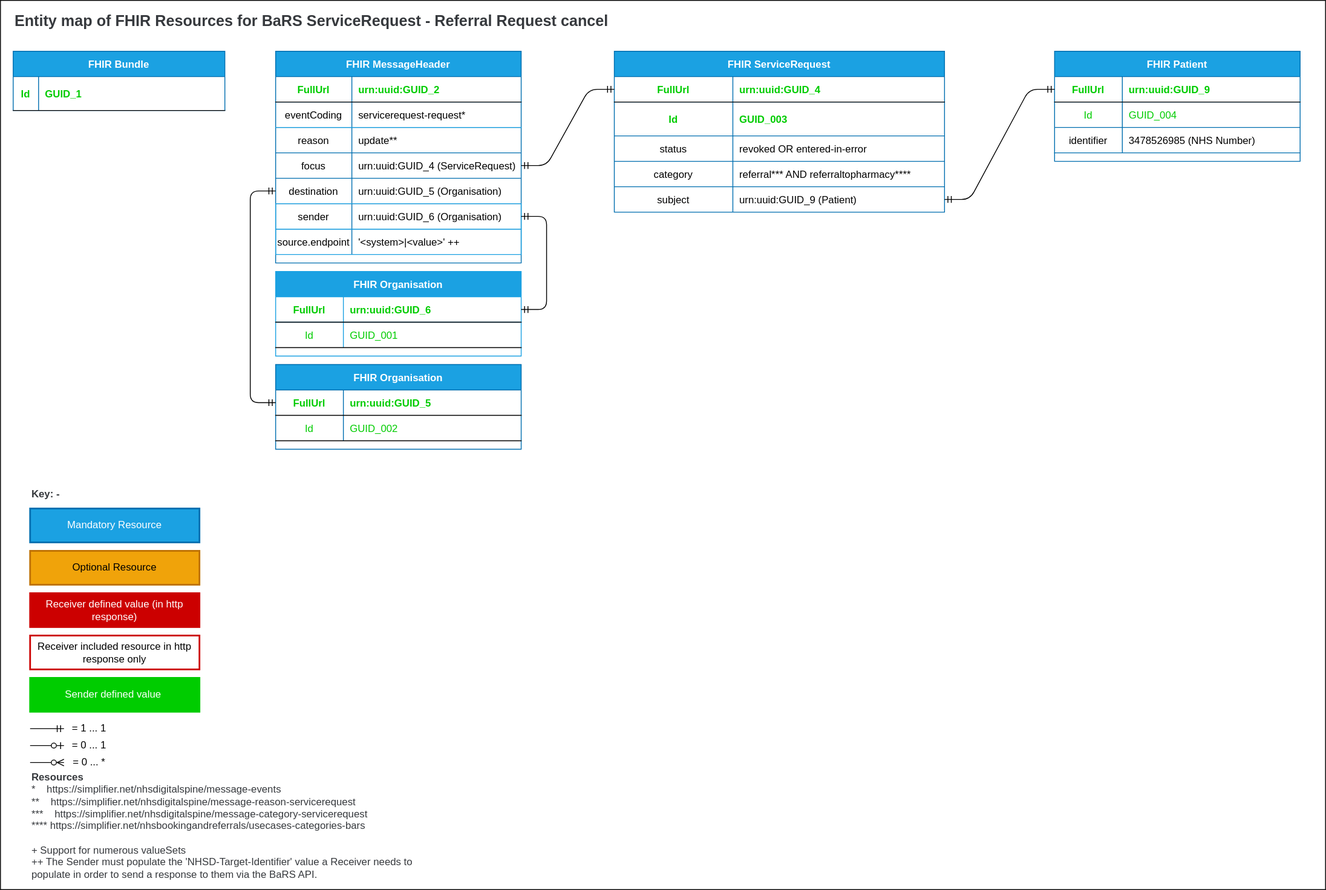
Earlier version of the draw.io export src/images/EntityMaps/EntityMap9sToCASCancellationRequest-1.0.0.svg (NHSDigital/booking-and-referral-media). Source tidied: cells renumbered, new cells last; positions are measured from the earlier drawing's top-left corner, leaving out a move shared by most shapes.
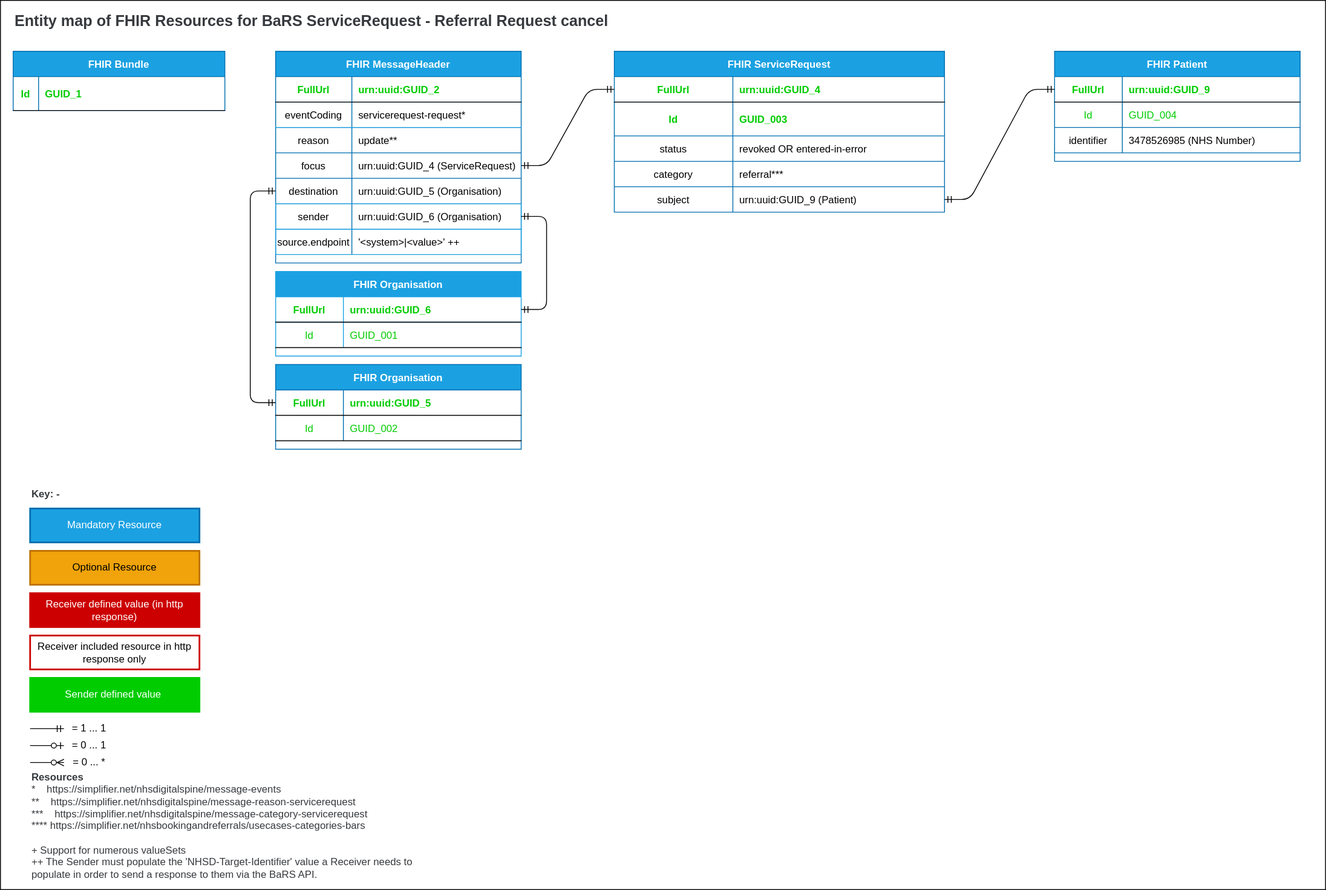
The same diagram one commit later.

What changed in the source:
```diff
@@ -161,7 +161,7 @@
     <mxCell id="54" value="category" style="shape=partialRectangle;overflow=hidden;fillColor=none;top=0;left=0;bottom=0;right=0;" parent="53" vertex="1">
       <mxGeometry width="140" height="30" as="geometry" />
     </mxCell>
-    <mxCell id="55" value="referral*** AND referraltopharmacy****" style="shape=partialRectangle;overflow=hidden;fillColor=none;top=0;left=0;bottom=0;right=0;align=left;spacingLeft=6;" parent="53" vertex="1">
+    <mxCell id="55" value="referral***" style="shape=partialRectangle;overflow=hidden;fillColor=none;top=0;left=0;bottom=0;right=0;align=left;spacingLeft=6;" parent="53" vertex="1">
       <mxGeometry x="140" width="250" height="30" as="geometry" />
     </mxCell>
     <mxCell id="56" style="shape=partialRectangle;fillColor=none;points=[[0,0.5],[1,0.5]];portConstraint=eastwest;top=0;left=0;right=0;bottom=0;" parent="43" vertex="1">
```
